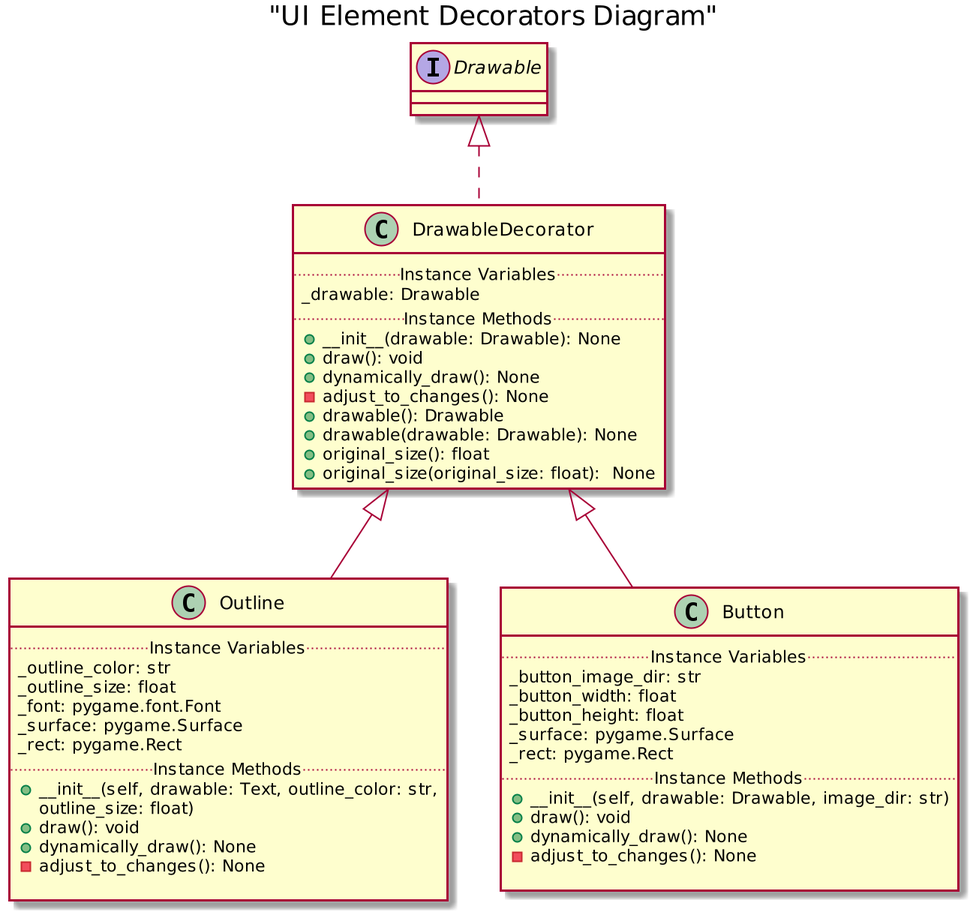
Above: Puzzle_Maze/uml/ui_elements_decorators.png in kmerickson/OOP-PuzzleMaze (PlantUML), before the change.
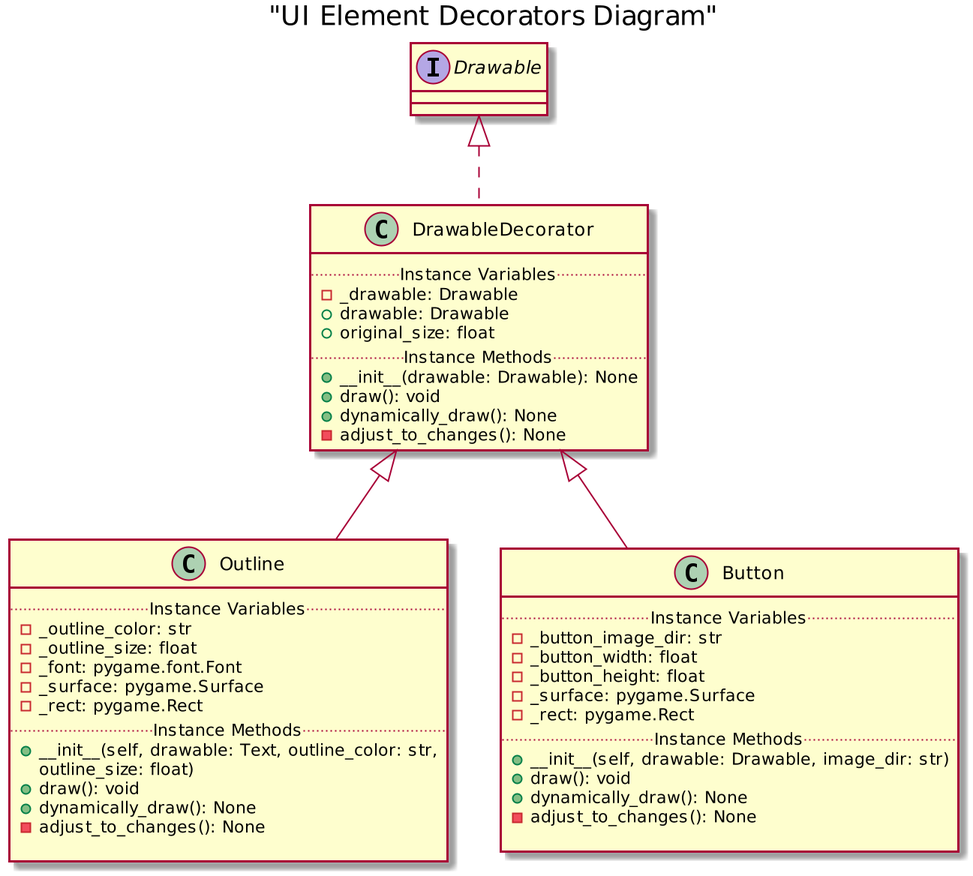
After the change.

Commit message:
fixed uml diagrams

Change to the diagram source:
```diff
@@ -5,25 +5,23 @@
 
 class DrawableDecorator implements Drawable{
     .. Instance Variables ..
-    _drawable: Drawable
+    - _drawable: Drawable
+    + drawable: Drawable
+    + original_size: float
     .. Instance Methods ..
     + __init__(drawable: Drawable): None
     + draw(): void
     + dynamically_draw(): None
     - adjust_to_changes(): None
-    + drawable(): Drawable
-    + drawable(drawable: Drawable): None
-    + original_size(): float
-    + original_size(original_size: float):  None
 }
 
 class Outline extends DrawableDecorator{
     .. Instance Variables ..
-    _outline_color: str
-    _outline_size: float
-    _font: pygame.font.Font
-    _surface: pygame.Surface
-    _rect: pygame.Rect
+    - _outline_color: str
+    - _outline_size: float
+    - _font: pygame.font.Font
+    - _surface: pygame.Surface
+    - _rect: pygame.Rect
     .. Instance Methods ..
     +__init__(self, drawable: Text, outline_color: str,
                  outline_size: float)
@@ -35,11 +33,11 @@
 
 class Button extends DrawableDecorator{
     .. Instance Variables ..
-    _button_image_dir: str
-    _button_width: float
-    _button_height: float
-    _surface: pygame.Surface
-    _rect: pygame.Rect
+    - _button_image_dir: str
+    - _button_width: float
+    - _button_height: float
+    - _surface: pygame.Surface
+    - _rect: pygame.Rect
     .. Instance Methods ..
     + __init__(self, drawable: Drawable, image_dir: str)
     + draw(): void
```
